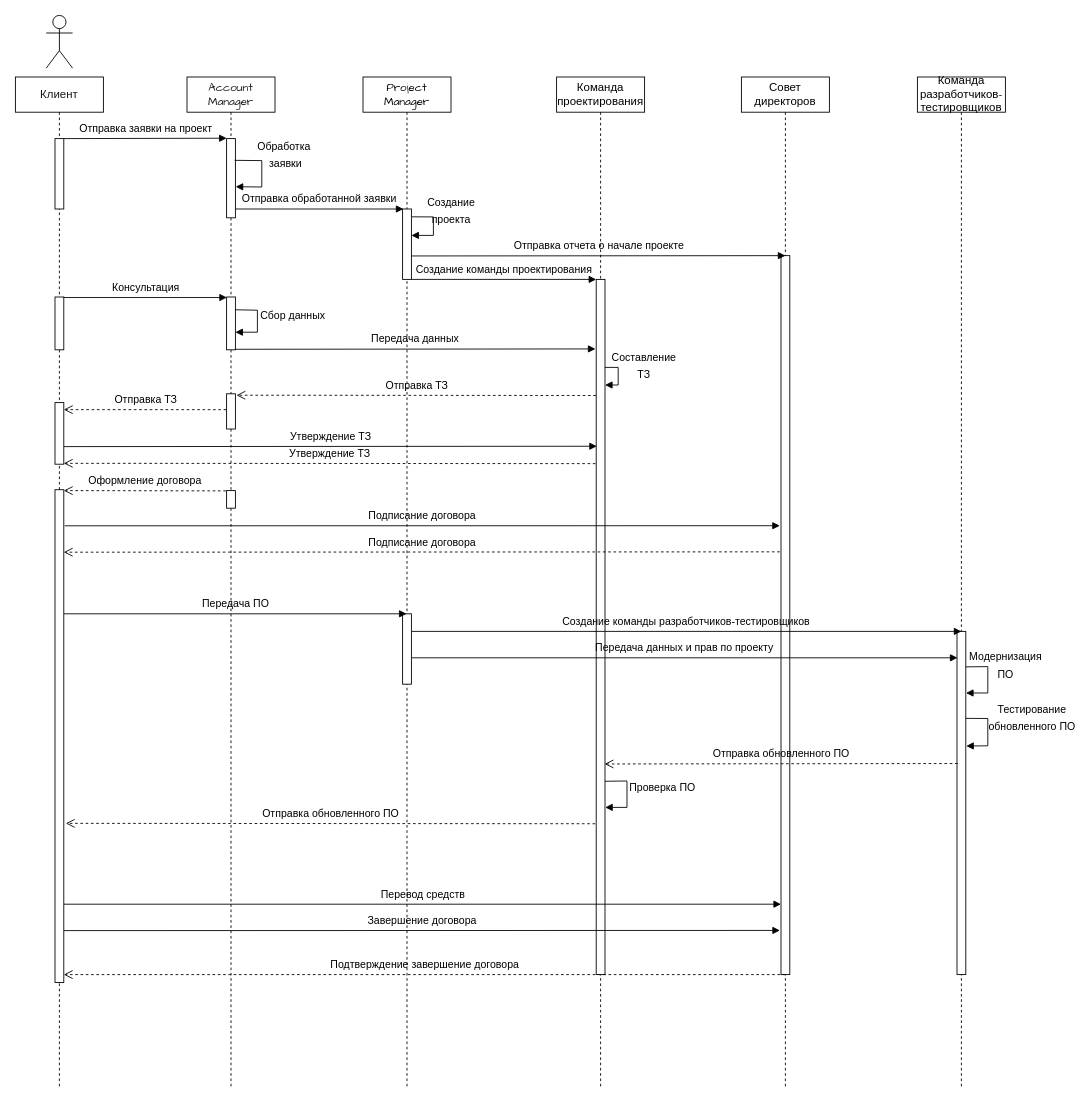
The draw.io diagram Project.drawio in Semenov-D/Sequence-Diagram, before the edit. Source tidied: cells renumbered, new cells numbered last; positions are measured from the earlier drawing's top-left corner, leaving out a move shared by most shapes. Both pictures are drawn from the tidied source at 88%, with x=0, y=0 at pixel (15, 15).
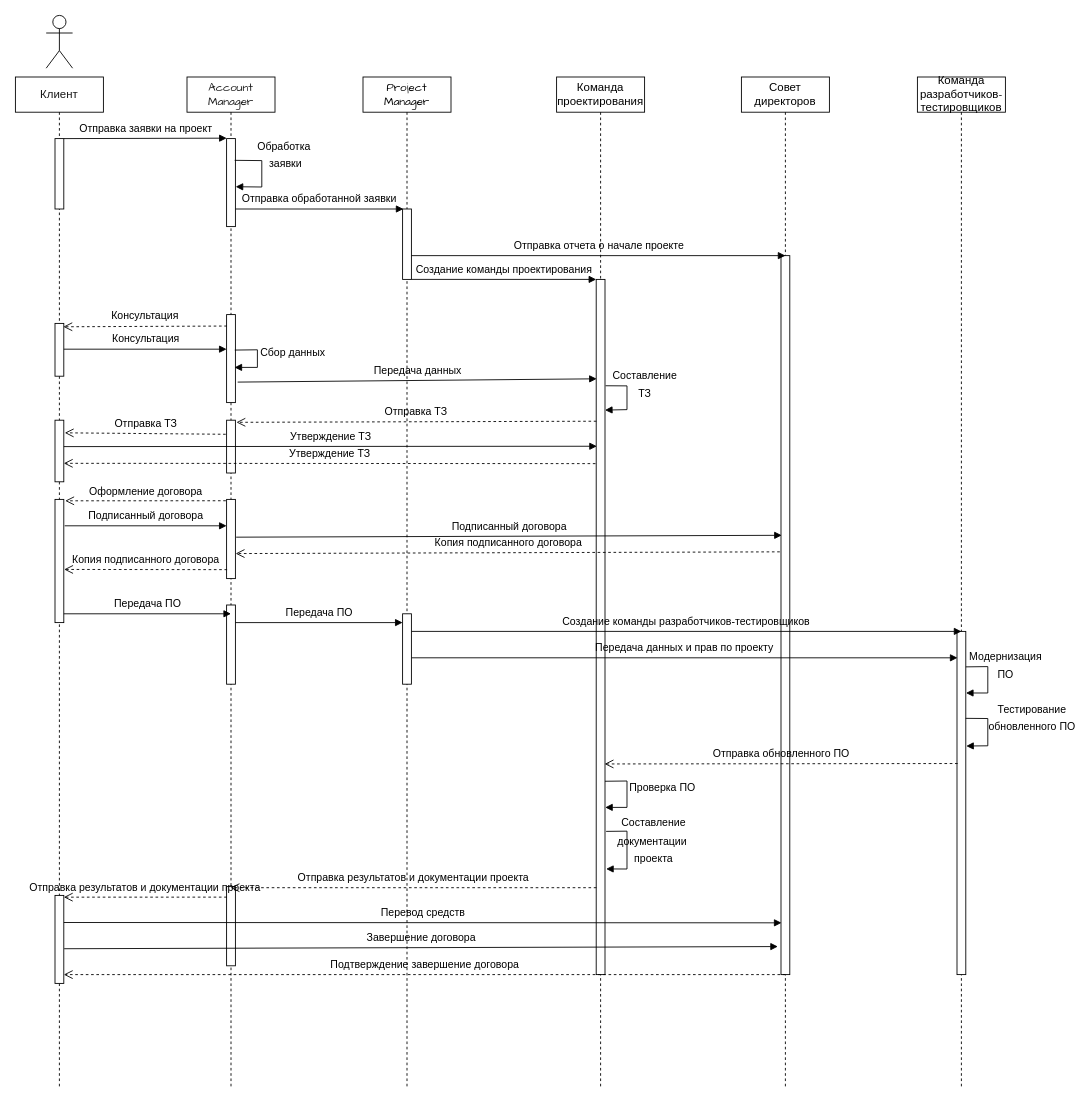
After the change.

Unchanged cells that the change refers to:
```xml
<mxCell id="3" value="&lt;span style=&quot;color: rgb(24, 24, 24); font-family: &amp;quot;Comic Sans MS&amp;quot;; font-size: 13px; text-align: start; background-color: rgb(255, 255, 255);&quot;&gt;Клиент&lt;/span&gt;" style="shape=umlLifeline;perimeter=lifelinePerimeter;whiteSpace=wrap;html=1;" parent="1" vertex="1">
  <mxGeometry y="70" width="100" height="1150" as="geometry" />
</mxCell>
<mxCell id="8" value="&lt;span style=&quot;color: rgb(24, 24, 24); font-family: &amp;quot;Comic Sans MS&amp;quot;; font-size: 13px; text-align: start; background-color: rgb(255, 255, 255);&quot;&gt;Account Manager&lt;/span&gt;" style="shape=umlLifeline;perimeter=lifelinePerimeter;whiteSpace=wrap;html=1;outlineConnect=0;" parent="1" vertex="1">
  <mxGeometry x="195" y="70" width="100" height="1150" as="geometry" />
</mxCell>
<mxCell id="15" value="&lt;span style=&quot;font-family: &amp;quot;Comic Sans MS&amp;quot;; font-size: 13px;&quot;&gt;Команда проектирования&lt;/span&gt;" style="shape=umlLifeline;perimeter=lifelinePerimeter;whiteSpace=wrap;html=1;" parent="1" vertex="1">
  <mxGeometry x="615" y="70" width="100" height="1150" as="geometry" />
</mxCell>
<mxCell id="16" style="html=1;points=[];perimeter=orthogonalPerimeter;fontFamily=Helvetica;fontSize=12;" parent="15" vertex="1">
  <mxGeometry x="45" y="230" width="10" height="790" as="geometry" />
</mxCell>
<mxCell id="19" value="&lt;span style=&quot;font-family: &amp;quot;Comic Sans MS&amp;quot;; font-size: 13px; text-align: start; background-color: rgb(255, 255, 255);&quot;&gt;Project Manager&lt;/span&gt;" style="shape=umlLifeline;perimeter=lifelinePerimeter;whiteSpace=wrap;html=1;outlineConnect=0;" parent="1" vertex="1">
  <mxGeometry x="395" y="70" width="100" height="1150" as="geometry" />
</mxCell>
<mxCell id="20" style="html=1;points=[];perimeter=orthogonalPerimeter;" parent="19" vertex="1">
  <mxGeometry x="45" y="150" width="10" height="80" as="geometry" />
</mxCell>
<mxCell id="28" style="html=1;points=[];perimeter=orthogonalPerimeter;fontFamily=Helvetica;fontSize=12;" parent="27" vertex="1">
  <mxGeometry x="45" y="203" width="10" height="817" as="geometry" />
</mxCell>
```

Diff of the diagram source:
```diff
@@
     <mxCell id="5" style="html=1;points=[];perimeter=orthogonalPerimeter;" parent="3" vertex="1">
-      <mxGeometry x="45" y="250" width="10" height="60" as="geometry" />
+      <mxGeometry x="45" y="280" width="10" height="60" as="geometry" />
     </mxCell>
     <mxCell id="6" style="html=1;points=[];perimeter=orthogonalPerimeter;fontFamily=Helvetica;fontSize=12;" parent="3" vertex="1">
-      <mxGeometry x="45" y="370" width="10" height="70" as="geometry" />
+      <mxGeometry x="45" y="390" width="10" height="70" as="geometry" />
     </mxCell>
-    <mxCell id="7" style="html=1;points=[];perimeter=orthogonalPerimeter;fontFamily=Helvetica;fontSize=12;" parent="3" vertex="1">
-      <mxGeometry x="45" y="469" width="10" height="560" as="geometry" />
-    </mxCell>
+    <mxCell id="50" style="html=1;perimeter=orthogonalPerimeter;" parent="3" vertex="1">
+      <mxGeometry x="45" y="480" width="10" height="140" as="geometry" />
+    </mxCell>
+    <mxCell id="51" style="html=1;points=[];perimeter=orthogonalPerimeter;" parent="3" vertex="1">
+      <mxGeometry x="45" y="930" width="10" height="100" as="geometry" />
+    </mxCell>
@@
     <mxCell id="9" style="html=1;points=[];perimeter=orthogonalPerimeter;" parent="8" vertex="1">
-      <mxGeometry x="45" y="70" width="10" height="90" as="geometry" />
+      <mxGeometry x="45" y="70" width="10" height="100" as="geometry" />
     </mxCell>
@@
     <mxCell id="11" style="html=1;points=[];perimeter=orthogonalPerimeter;fontFamily=Helvetica;fontSize=12;" parent="8" vertex="1">
-      <mxGeometry x="45" y="250" width="10" height="60" as="geometry" />
+      <mxGeometry x="45" y="270" width="10" height="100" as="geometry" />
     </mxCell>
-    <mxCell id="12" value="&lt;font face=&quot;Helvetica&quot; style=&quot;font-size: 12px;&quot;&gt;Сбор данных&lt;/font&gt;" style="html=1;verticalAlign=bottom;endArrow=block;rounded=0;labelBackgroundColor=none;fontFamily=Comic Sans MS;fontSize=16;exitX=0.964;exitY=0.242;exitDx=0;exitDy=0;exitPerimeter=0;" parent="8" edge="1" source="11" target="11">
+    <mxCell id="12" value="&lt;font face=&quot;Helvetica&quot; style=&quot;font-size: 12px;&quot;&gt;Сбор данных&lt;/font&gt;" style="html=1;verticalAlign=bottom;endArrow=block;rounded=0;labelBackgroundColor=none;fontFamily=Comic Sans MS;fontSize=16;exitX=0.933;exitY=0.403;exitDx=0;exitDy=0;exitPerimeter=0;" parent="8" edge="1" source="11">
       <mxGeometry x="0.11" y="40" relative="1" as="geometry">
+        <mxPoint x="54" y="330" as="targetPoint" />
         <Array as="points">
-          <mxPoint x="80" y="265" />
-          <mxPoint x="80" y="290" />
+          <mxPoint x="80" y="310" />
+          <mxPoint x="80" y="330" />
         </Array>
       </mxGeometry>
     </mxCell>
     <mxCell id="13" style="html=1;points=[];perimeter=orthogonalPerimeter;fontFamily=Helvetica;fontSize=12;" parent="8" vertex="1">
-      <mxGeometry x="45" y="360" width="10" height="40" as="geometry" />
+      <mxGeometry x="45" y="390" width="10" height="60" as="geometry" />
     </mxCell>
     <mxCell id="14" style="html=1;points=[];perimeter=orthogonalPerimeter;fontFamily=Helvetica;fontSize=12;" parent="8" vertex="1">
-      <mxGeometry x="45" y="470" width="10" height="20" as="geometry" />
+      <mxGeometry x="45" y="480" width="10" height="90" as="geometry" />
     </mxCell>
+    <mxCell id="52" style="html=1;points=[];perimeter=orthogonalPerimeter;fontFamily=Helvetica;fontSize=12;" parent="8" vertex="1">
+      <mxGeometry x="45" y="600" width="10" height="90" as="geometry" />
+    </mxCell>
+    <mxCell id="53" style="html=1;points=[];perimeter=orthogonalPerimeter;fontFamily=Helvetica;fontSize=12;" parent="8" vertex="1">
+      <mxGeometry x="45" y="920" width="10" height="90" as="geometry" />
+    </mxCell>
@@
-    <mxCell id="17" value="&lt;font face=&quot;Helvetica&quot;&gt;&lt;span style=&quot;font-size: 12px;&quot;&gt;Составление&lt;br&gt;ТЗ&lt;/span&gt;&lt;/font&gt;" style="html=1;verticalAlign=bottom;endArrow=block;rounded=0;labelBackgroundColor=none;fontFamily=Comic Sans MS;fontSize=16;" parent="15" edge="1">
-      <mxGeometry x="0.41" y="-30" relative="1" as="geometry">
-        <mxPoint x="55" y="330" as="sourcePoint" />
-        <mxPoint x="55" y="350" as="targetPoint" />
+    <mxCell id="17" value="&lt;font face=&quot;Helvetica&quot;&gt;&lt;span style=&quot;font-size: 12px;&quot;&gt;Составление&lt;br&gt;ТЗ&lt;/span&gt;&lt;/font&gt;" style="html=1;verticalAlign=bottom;endArrow=block;rounded=0;labelBackgroundColor=none;fontFamily=Comic Sans MS;fontSize=16;entryX=1;entryY=0.188;entryDx=0;entryDy=0;entryPerimeter=0;exitX=1.067;exitY=0.153;exitDx=0;exitDy=0;exitPerimeter=0;" parent="15" edge="1" source="16" target="16">
+      <mxGeometry x="0.14" y="20" relative="1" as="geometry">
         <Array as="points">
-          <mxPoint x="70" y="330" />
-          <mxPoint x="70" y="350" />
+          <mxPoint x="80" y="351" />
+          <mxPoint x="80" y="378" />
         </Array>
-        <mxPoint x="29" y="30" as="offset" />
       </mxGeometry>
     </mxCell>
@@
+    <mxCell id="54" value="&lt;font face=&quot;Helvetica&quot;&gt;&lt;span style=&quot;font-size: 12px;&quot;&gt;Составление &lt;br&gt;документации&amp;nbsp;&lt;br&gt;проекта&lt;/span&gt;&lt;/font&gt;" style="html=1;verticalAlign=bottom;endArrow=block;rounded=0;labelBackgroundColor=none;fontFamily=Comic Sans MS;fontSize=16;exitX=1.128;exitY=0.794;exitDx=0;exitDy=0;exitPerimeter=0;entryX=1.128;entryY=0.848;entryDx=0;entryDy=0;entryPerimeter=0;" parent="15" edge="1" source="16" target="16">
+      <mxGeometry x="0.48" y="-30" relative="1" as="geometry">
+        <Array as="points">
+          <mxPoint x="80" y="857" />
+          <mxPoint x="80" y="900" />
+        </Array>
+        <mxPoint x="30" y="30" as="offset" />
+      </mxGeometry>
+    </mxCell>
@@
-    <mxCell id="21" value="&lt;font face=&quot;Helvetica&quot; style=&quot;font-size: 12px;&quot;&gt;Создание&lt;br&gt;проекта&lt;/font&gt;" style="html=1;verticalAlign=bottom;endArrow=block;rounded=0;labelBackgroundColor=none;fontFamily=Comic Sans MS;fontSize=16;exitX=1.029;exitY=0.111;exitDx=0;exitDy=0;exitPerimeter=0;" parent="19" edge="1" source="20" target="20">
-      <mxGeometry x="0.09" y="20" relative="1" as="geometry">
-        <Array as="points">
-          <mxPoint x="80" y="159" />
-          <mxPoint x="80" y="180" />
-        </Array>
-      </mxGeometry>
-    </mxCell>
@@
+    <mxCell id="55" value="&lt;font face=&quot;Helvetica&quot; style=&quot;font-size: 12px;&quot;&gt;Передача ПО&lt;/font&gt;" style="html=1;verticalAlign=bottom;endArrow=block;rounded=0;fontFamily=Comic Sans MS;fontSize=16;labelBackgroundColor=none;" parent="19" edge="1">
+      <mxGeometry relative="1" as="geometry">
+        <mxPoint x="-145" y="620" as="sourcePoint" />
+        <mxPoint x="45" y="620" as="targetPoint" />
+      </mxGeometry>
+    </mxCell>
@@
-    <mxCell id="31" value="&lt;font face=&quot;Helvetica&quot; style=&quot;font-size: 12px;&quot;&gt;Консультация&lt;/font&gt;" style="html=1;verticalAlign=bottom;endArrow=block;rounded=0;fontFamily=Comic Sans MS;fontSize=16;exitX=1;exitY=0.01;exitDx=0;exitDy=0;exitPerimeter=0;labelBackgroundColor=none;entryX=0.035;entryY=0.01;entryDx=0;entryDy=0;entryPerimeter=0;" parent="1" edge="1" source="5" target="11">
+    <mxCell id="31" value="&lt;font face=&quot;Helvetica&quot; style=&quot;font-size: 12px;&quot;&gt;Консультация&lt;/font&gt;" style="html=1;verticalAlign=bottom;endArrow=block;rounded=0;fontFamily=Comic Sans MS;fontSize=16;labelBackgroundColor=none;entryX=0;entryY=0.393;entryDx=0;entryDy=0;entryPerimeter=0;" parent="1" edge="1" source="5" target="11">
       <mxGeometry relative="1" as="geometry" />
     </mxCell>
@@
-    <mxCell id="33" value="&lt;font face=&quot;Helvetica&quot; style=&quot;font-size: 12px;&quot;&gt;Передача данных&lt;/font&gt;" style="html=1;verticalAlign=bottom;endArrow=block;rounded=0;fontFamily=Comic Sans MS;fontSize=16;labelBackgroundColor=none;exitX=0.934;exitY=0.99;exitDx=0;exitDy=0;exitPerimeter=0;entryX=-0.083;entryY=0.1;entryDx=0;entryDy=0;entryPerimeter=0;" parent="1" edge="1" source="11" target="16">
+    <mxCell id="33" value="&lt;font face=&quot;Helvetica&quot; style=&quot;font-size: 12px;&quot;&gt;Передача данных&lt;/font&gt;" style="html=1;verticalAlign=bottom;endArrow=block;rounded=0;fontFamily=Comic Sans MS;fontSize=16;labelBackgroundColor=none;exitX=1.257;exitY=0.767;exitDx=0;exitDy=0;exitPerimeter=0;entryX=0.057;entryY=0.143;entryDx=0;entryDy=0;entryPerimeter=0;" parent="1" edge="1" source="11" target="16">
       <mxGeometry relative="1" as="geometry" />
     </mxCell>
-    <mxCell id="34" value="&lt;font face=&quot;Helvetica&quot; style=&quot;font-size: 12px;&quot;&gt;Отправка ТЗ&lt;/font&gt;" style="html=1;verticalAlign=bottom;endArrow=open;dashed=1;endSize=8;rounded=0;fontFamily=Comic Sans MS;fontSize=16;labelBackgroundColor=none;entryX=1.118;entryY=0.04;entryDx=0;entryDy=0;entryPerimeter=0;exitX=-0.03;exitY=0.167;exitDx=0;exitDy=0;exitPerimeter=0;" parent="1" edge="1" source="16" target="13">
+    <mxCell id="34" value="&lt;font face=&quot;Helvetica&quot; style=&quot;font-size: 12px;&quot;&gt;Отправка ТЗ&lt;/font&gt;" style="html=1;verticalAlign=bottom;endArrow=open;dashed=1;endSize=8;rounded=0;fontFamily=Comic Sans MS;fontSize=16;labelBackgroundColor=none;entryX=1.118;entryY=0.04;entryDx=0;entryDy=0;entryPerimeter=0;exitX=0.024;exitY=0.204;exitDx=0;exitDy=0;exitPerimeter=0;" parent="1" edge="1" source="16" target="13">
       <mxGeometry relative="1" as="geometry" />
     </mxCell>
-    <mxCell id="35" value="&lt;font face=&quot;Helvetica&quot; style=&quot;font-size: 12px;&quot;&gt;Отправка ТЗ&lt;/font&gt;" style="html=1;verticalAlign=bottom;endArrow=open;dashed=1;endSize=8;rounded=0;fontFamily=Comic Sans MS;fontSize=16;labelBackgroundColor=none;exitX=-0.037;exitY=0.451;exitDx=0;exitDy=0;exitPerimeter=0;" parent="1" edge="1" source="13">
+    <mxCell id="35" value="&lt;font face=&quot;Helvetica&quot; style=&quot;font-size: 12px;&quot;&gt;Отправка ТЗ&lt;/font&gt;" style="html=1;verticalAlign=bottom;endArrow=open;dashed=1;endSize=8;rounded=0;fontFamily=Comic Sans MS;fontSize=16;labelBackgroundColor=none;entryX=1.11;entryY=0.205;entryDx=0;entryDy=0;entryPerimeter=0;" parent="1" edge="1" target="6">
       <mxGeometry relative="1" as="geometry">
-        <mxPoint x="55" y="448" as="targetPoint" />
+        <mxPoint x="239" y="476" as="sourcePoint" />
       </mxGeometry>
     </mxCell>
@@
-    <mxCell id="37" value="&lt;font face=&quot;Helvetica&quot; style=&quot;font-size: 12px;&quot;&gt;Подписание договора&lt;/font&gt;" style="html=1;verticalAlign=bottom;endArrow=block;rounded=0;fontFamily=Comic Sans MS;fontSize=16;labelBackgroundColor=none;entryX=-0.131;entryY=0.272;entryDx=0;entryDy=0;entryPerimeter=0;" parent="1" edge="1">
+    <mxCell id="37" value="&lt;font face=&quot;Helvetica&quot; style=&quot;&quot;&gt;&lt;span style=&quot;font-size: 12px;&quot;&gt;Подписанный&amp;nbsp;договора&lt;/span&gt;&lt;/font&gt;" style="html=1;verticalAlign=bottom;endArrow=block;rounded=0;fontFamily=Comic Sans MS;fontSize=16;labelBackgroundColor=none;" parent="1" edge="1" target="14">
       <mxGeometry relative="1" as="geometry">
         <mxPoint x="56" y="580" as="sourcePoint" />
-        <mxPoint x="868.7" y="579.9" as="targetPoint" />
       </mxGeometry>
     </mxCell>
-    <mxCell id="38" value="&lt;font face=&quot;Helvetica&quot;&gt;&lt;span style=&quot;font-size: 12px;&quot;&gt;Оформление договора&lt;/span&gt;&lt;/font&gt;" style="html=1;verticalAlign=bottom;endArrow=open;dashed=1;endSize=8;rounded=0;fontFamily=Comic Sans MS;fontSize=16;labelBackgroundColor=none;exitX=-0.082;exitY=0.017;exitDx=0;exitDy=0;exitPerimeter=0;" parent="1" edge="1" source="14">
+    <mxCell id="38" value="&lt;font face=&quot;Helvetica&quot;&gt;&lt;span style=&quot;font-size: 12px;&quot;&gt;Оформление договора&lt;/span&gt;&lt;/font&gt;" style="html=1;verticalAlign=bottom;endArrow=open;dashed=1;endSize=8;rounded=0;fontFamily=Comic Sans MS;fontSize=16;labelBackgroundColor=none;exitX=-0.082;exitY=0.017;exitDx=0;exitDy=0;exitPerimeter=0;entryX=1.157;entryY=0.003;entryDx=0;entryDy=0;entryPerimeter=0;" parent="1" edge="1" source="14">
       <mxGeometry relative="1" as="geometry">
-        <mxPoint x="55" y="540" as="targetPoint" />
+        <mxPoint x="56.6" y="551.6" as="targetPoint" />
       </mxGeometry>
     </mxCell>
-    <mxCell id="39" value="&lt;font face=&quot;Helvetica&quot;&gt;&lt;span style=&quot;font-size: 12px;&quot;&gt;Подписание договора&lt;/span&gt;&lt;/font&gt;" style="html=1;verticalAlign=bottom;endArrow=open;dashed=1;endSize=8;rounded=0;fontFamily=Comic Sans MS;fontSize=16;labelBackgroundColor=none;exitX=-0.135;exitY=0.412;exitDx=0;exitDy=0;exitPerimeter=0;" parent="1" edge="1" source="28">
-      <mxGeometry relative="1" as="geometry">
-        <mxPoint x="55" y="610" as="targetPoint" />
-      </mxGeometry>
+    <mxCell id="39" value="&lt;font face=&quot;Helvetica&quot;&gt;&lt;span style=&quot;font-size: 12px;&quot;&gt;Копия подписанного договора&lt;/span&gt;&lt;/font&gt;" style="html=1;verticalAlign=bottom;endArrow=open;dashed=1;endSize=8;rounded=0;fontFamily=Comic Sans MS;fontSize=16;labelBackgroundColor=none;exitX=-0.135;exitY=0.412;exitDx=0;exitDy=0;exitPerimeter=0;entryX=1.029;entryY=0.684;entryDx=0;entryDy=0;entryPerimeter=0;" parent="1" edge="1" source="28" target="14">
+      <mxGeometry relative="1" as="geometry" />
     </mxCell>
-    <mxCell id="40" value="&lt;font face=&quot;Helvetica&quot; style=&quot;font-size: 12px;&quot;&gt;Передача ПО&lt;/font&gt;" style="html=1;verticalAlign=bottom;endArrow=block;rounded=0;fontFamily=Comic Sans MS;fontSize=16;labelBackgroundColor=none;" parent="1" edge="1" target="19">
+    <mxCell id="40" value="&lt;font face=&quot;Helvetica&quot; style=&quot;font-size: 12px;&quot;&gt;Передача ПО&lt;/font&gt;" style="html=1;verticalAlign=bottom;endArrow=block;rounded=0;fontFamily=Comic Sans MS;fontSize=16;labelBackgroundColor=none;entryX=0.5;entryY=0.111;entryDx=0;entryDy=0;entryPerimeter=0;" parent="1" edge="1" target="52">
       <mxGeometry relative="1" as="geometry">
         <mxPoint x="55" y="680" as="sourcePoint" />
       </mxGeometry>
     </mxCell>
@@
-    <mxCell id="44" value="&lt;font face=&quot;Helvetica&quot;&gt;&lt;span style=&quot;font-size: 12px;&quot;&gt;Отправка обновленного ПО&lt;/span&gt;&lt;/font&gt;" style="html=1;verticalAlign=bottom;endArrow=open;dashed=1;endSize=8;rounded=0;fontFamily=Comic Sans MS;fontSize=16;labelBackgroundColor=none;exitX=-0.119;exitY=0.783;exitDx=0;exitDy=0;exitPerimeter=0;entryX=1.228;entryY=0.677;entryDx=0;entryDy=0;entryPerimeter=0;" parent="1" edge="1" source="16" target="7">
+    <mxCell id="44" value="&lt;font face=&quot;Helvetica&quot;&gt;&lt;span style=&quot;font-size: 12px;&quot;&gt;Отправка результатов и документации проекта&lt;/span&gt;&lt;/font&gt;" style="html=1;verticalAlign=bottom;endArrow=open;dashed=1;endSize=8;rounded=0;fontFamily=Comic Sans MS;fontSize=16;labelBackgroundColor=none;exitX=0.024;exitY=0.875;exitDx=0;exitDy=0;exitPerimeter=0;" parent="1" edge="1" source="16" target="8">
       <mxGeometry relative="1" as="geometry" />
     </mxCell>
-    <mxCell id="45" value="&lt;font face=&quot;Helvetica&quot; style=&quot;font-size: 12px;&quot;&gt;Перевод&amp;nbsp;&lt;/font&gt;&lt;font face=&quot;Helvetica&quot;&gt;&lt;span style=&quot;font-size: 12px;&quot;&gt;средств&lt;/span&gt;&lt;/font&gt;" style="html=1;verticalAlign=bottom;endArrow=block;rounded=0;fontFamily=Comic Sans MS;fontSize=16;labelBackgroundColor=none;" parent="1" edge="1">
-      <mxGeometry relative="1" as="geometry">
-        <mxPoint x="55" y="1010" as="sourcePoint" />
-        <mxPoint x="870" y="1010" as="targetPoint" />
-      </mxGeometry>
+    <mxCell id="45" value="&lt;font face=&quot;Helvetica&quot; style=&quot;font-size: 12px;&quot;&gt;Перевод&amp;nbsp;&lt;/font&gt;&lt;font face=&quot;Helvetica&quot;&gt;&lt;span style=&quot;font-size: 12px;&quot;&gt;средств&lt;/span&gt;&lt;/font&gt;" style="html=1;verticalAlign=bottom;endArrow=block;rounded=0;fontFamily=Comic Sans MS;fontSize=16;labelBackgroundColor=none;exitX=1;exitY=0.308;exitDx=0;exitDy=0;exitPerimeter=0;entryX=0.059;entryY=0.928;entryDx=0;entryDy=0;entryPerimeter=0;" parent="1" edge="1" source="51" target="28">
+      <mxGeometry relative="1" as="geometry" />
     </mxCell>
-    <mxCell id="46" value="&lt;font face=&quot;Helvetica&quot; style=&quot;font-size: 12px;&quot;&gt;Завершение договора&lt;/font&gt;" style="html=1;verticalAlign=bottom;endArrow=block;rounded=0;fontFamily=Comic Sans MS;fontSize=16;labelBackgroundColor=none;entryX=-0.123;entryY=0.356;entryDx=0;entryDy=0;entryPerimeter=0;" parent="1" edge="1">
-      <mxGeometry relative="1" as="geometry">
-        <mxPoint x="55" y="1040" as="sourcePoint" />
-        <mxPoint x="868.8" y="1039.8" as="targetPoint" />
-      </mxGeometry>
+    <mxCell id="46" value="&lt;font face=&quot;Helvetica&quot; style=&quot;font-size: 12px;&quot;&gt;Завершение договора&lt;/font&gt;" style="html=1;verticalAlign=bottom;endArrow=block;rounded=0;fontFamily=Comic Sans MS;fontSize=16;labelBackgroundColor=none;entryX=-0.355;entryY=0.961;entryDx=0;entryDy=0;entryPerimeter=0;exitX=1.041;exitY=0.606;exitDx=0;exitDy=0;exitPerimeter=0;" parent="1" edge="1" source="51" target="28">
+      <mxGeometry relative="1" as="geometry" />
     </mxCell>
@@
-    <mxCell id="49" value="&lt;font face=&quot;Helvetica&quot; style=&quot;font-size: 12px;&quot;&gt;Отправка отчета о начале проекте&lt;/font&gt;" style="html=1;verticalAlign=bottom;endArrow=block;rounded=0;fontFamily=Comic Sans MS;fontSize=16;labelBackgroundColor=none;exitX=1.074;exitY=0.667;exitDx=0;exitDy=0;exitPerimeter=0;entryX=0.5;entryY=0;entryDx=0;entryDy=0;entryPerimeter=0;" parent="1" edge="1" source="20" target="28">
+    <mxCell id="49" value="&lt;font face=&quot;Helvetica&quot; style=&quot;font-size: 12px;&quot;&gt;Отправка отчета о начале проекте&lt;/font&gt;" style="html=1;verticalAlign=bottom;endArrow=block;rounded=0;fontFamily=Comic Sans MS;fontSize=16;labelBackgroundColor=none;entryX=0.5;entryY=0;entryDx=0;entryDy=0;entryPerimeter=0;" parent="1" edge="1" source="20" target="28">
       <mxGeometry relative="1" as="geometry" />
     </mxCell>
+    <mxCell id="56" value="&lt;font face=&quot;Helvetica&quot; style=&quot;font-size: 12px;&quot;&gt;Консультация&lt;/font&gt;" style="html=1;verticalAlign=bottom;endArrow=open;dashed=1;endSize=8;rounded=0;fontFamily=Comic Sans MS;fontSize=16;labelBackgroundColor=none;entryX=0.95;entryY=0.064;entryDx=0;entryDy=0;entryPerimeter=0;exitX=0.033;exitY=0.13;exitDx=0;exitDy=0;exitPerimeter=0;" parent="1" edge="1" source="11" target="5">
+      <mxGeometry relative="1" as="geometry" />
+    </mxCell>
+    <mxCell id="57" value="&lt;font face=&quot;Helvetica&quot; style=&quot;&quot;&gt;&lt;span style=&quot;font-size: 12px;&quot;&gt;Подписанный&amp;nbsp;договора&lt;/span&gt;&lt;/font&gt;" style="html=1;verticalAlign=bottom;endArrow=block;rounded=0;fontFamily=Comic Sans MS;fontSize=16;labelBackgroundColor=none;exitX=1.086;exitY=0.477;exitDx=0;exitDy=0;exitPerimeter=0;entryX=0.086;entryY=0.389;entryDx=0;entryDy=0;entryPerimeter=0;" parent="1" edge="1" source="14" target="28">
+      <mxGeometry relative="1" as="geometry" />
+    </mxCell>
+    <mxCell id="58" value="&lt;font face=&quot;Helvetica&quot;&gt;&lt;span style=&quot;font-size: 12px;&quot;&gt;Копия подписанного договора&lt;/span&gt;&lt;/font&gt;" style="html=1;verticalAlign=bottom;endArrow=open;dashed=1;endSize=8;rounded=0;fontFamily=Comic Sans MS;fontSize=16;labelBackgroundColor=none;exitX=0.057;exitY=0.887;exitDx=0;exitDy=0;exitPerimeter=0;entryX=1.043;entryY=0.145;entryDx=0;entryDy=0;entryPerimeter=0;" parent="1" edge="1" source="14">
+      <mxGeometry relative="1" as="geometry">
+        <mxPoint x="55.4" y="629.6" as="targetPoint" />
+      </mxGeometry>
+    </mxCell>
+    <mxCell id="59" value="&lt;font face=&quot;Helvetica&quot;&gt;&lt;span style=&quot;font-size: 12px;&quot;&gt;Отправка результатов и документации проекта&lt;/span&gt;&lt;/font&gt;" style="html=1;verticalAlign=bottom;endArrow=open;dashed=1;endSize=8;rounded=0;fontFamily=Comic Sans MS;fontSize=16;labelBackgroundColor=none;exitX=0.024;exitY=0.133;exitDx=0;exitDy=0;exitPerimeter=0;" parent="1" edge="1" source="53">
+      <mxGeometry relative="1" as="geometry">
+        <mxPoint x="55" y="1002" as="targetPoint" />
+      </mxGeometry>
+    </mxCell>
```
